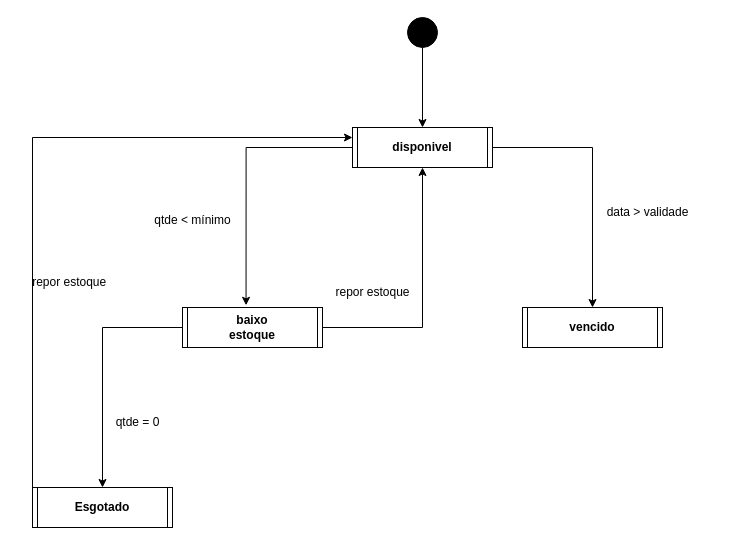
kaguigale/UML-Classroom-FCI keeps this draw.io diagram as Diagrama sem nome.drawio. Above is the earlier version. Source tidied: cells renumbered, new cells numbered last; positions are measured from the earlier drawing's top-left corner, leaving out a move shared by most shapes. Both pictures are drawn from the tidied source at 100%, with x=0, y=0 at pixel (17, 17).
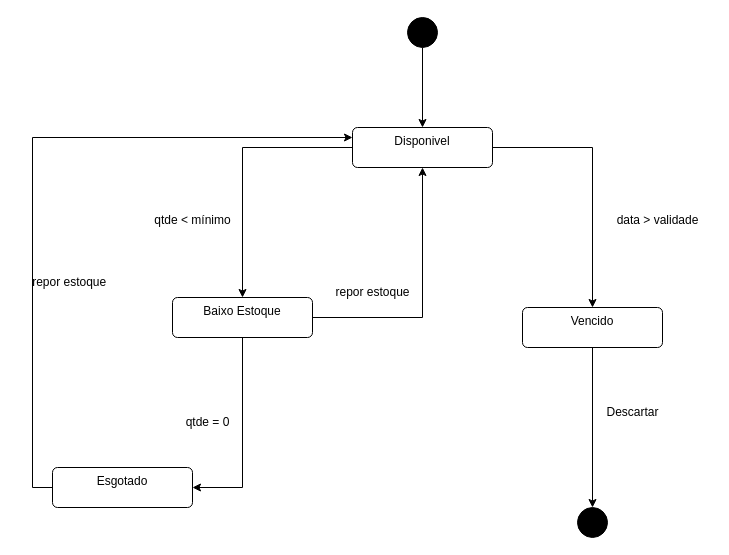
Above is the later version.

Commit message:
Diagrama de estado

The change refers to these unchanged cells:
```xml
<mxCell id="3" style="ellipse;fillColor=strokeColor;html=1;" parent="1" vertex="1">
  <mxGeometry x="390" width="30" height="30" as="geometry" />
</mxCell>
```

What changed in the source:
```diff
@@
-    <mxCell id="2" style="edgeStyle=orthogonalEdgeStyle;rounded=0;jettySize=auto;html=1;entryX=0.5;entryY=0;entryDx=0;entryDy=0;" parent="1" edge="1" source="3" target="5">
+    <mxCell id="2" style="edgeStyle=orthogonalEdgeStyle;rounded=0;jettySize=auto;html=1;entryX=0.5;entryY=0;entryDx=0;entryDy=0;" parent="1" edge="1" source="3" target="20">
       <mxGeometry relative="1" as="geometry" />
     </mxCell>
@@
-    <mxCell id="4" style="edgeStyle=orthogonalEdgeStyle;rounded=0;jettySize=auto;html=1;exitX=1;exitY=0.5;exitDx=0;exitDy=0;entryX=0.5;entryY=0;entryDx=0;entryDy=0;" parent="1" edge="1" source="5" target="9">
-      <mxGeometry relative="1" as="geometry" />
-    </mxCell>
-    <mxCell id="5" value="disponivel" style="shape=process2;fixedSize=1;size=5;fontStyle=1;html=1;whiteSpace=wrap;" parent="1" vertex="1">
-      <mxGeometry x="335" y="110" width="140" height="40" as="geometry" />
-    </mxCell>
-    <mxCell id="6" style="edgeStyle=orthogonalEdgeStyle;rounded=0;jettySize=auto;html=1;entryX=0.5;entryY=0;entryDx=0;entryDy=0;" parent="1" edge="1" source="7" target="13">
-      <mxGeometry relative="1" as="geometry" />
-    </mxCell>
-    <mxCell id="7" value="baixo estoque" style="shape=process2;fixedSize=1;size=5;fontStyle=1;html=1;whiteSpace=wrap;" parent="1" vertex="1">
-      <mxGeometry x="165" y="290" width="140" height="40" as="geometry" />
-    </mxCell>
-    <mxCell id="8" style="edgeStyle=orthogonalEdgeStyle;rounded=0;jettySize=auto;html=1;entryX=0.454;entryY=-0.055;entryDx=0;entryDy=0;entryPerimeter=0;" parent="1" edge="1" source="5" target="7">
-      <mxGeometry relative="1" as="geometry" />
-    </mxCell>
-    <mxCell id="9" value="vencido" style="shape=process2;fixedSize=1;size=5;fontStyle=1;html=1;whiteSpace=wrap;" parent="1" vertex="1">
-      <mxGeometry x="505" y="290" width="140" height="40" as="geometry" />
-    </mxCell>
@@
-    <mxCell id="11" value="data &amp;gt; validade" style="text;html=1;align=center;verticalAlign=middle;strokeColor=none;fillColor=none;" parent="1" vertex="1">
-      <mxGeometry x="575" y="180" width="110" height="30" as="geometry" />
-    </mxCell>
-    <mxCell id="12" style="edgeStyle=orthogonalEdgeStyle;rounded=0;jettySize=auto;html=1;exitX=0;exitY=0.5;exitDx=0;exitDy=0;entryX=0;entryY=0.25;entryDx=0;entryDy=0;" parent="1" edge="1" source="13" target="5">
+    <mxCell id="12" style="edgeStyle=orthogonalEdgeStyle;rounded=0;jettySize=auto;html=1;exitX=0;exitY=0.5;exitDx=0;exitDy=0;entryX=0;entryY=0.25;entryDx=0;entryDy=0;" parent="1" edge="1" source="13">
       <mxGeometry relative="1" as="geometry">
+        <mxPoint x="335" y="120" as="targetPoint" />
         <Array as="points">
+          <mxPoint x="15" y="470" />
           <mxPoint x="15" y="120" />
         </Array>
       </mxGeometry>
     </mxCell>
-    <mxCell id="13" value="Esgotado" style="shape=process2;fixedSize=1;size=5;fontStyle=1;html=1;whiteSpace=wrap;" parent="1" vertex="1">
-      <mxGeometry x="15" y="470" width="140" height="40" as="geometry" />
-    </mxCell>
     <mxCell id="14" value="qtde = 0" style="text;html=1;align=center;verticalAlign=middle;strokeColor=none;fillColor=none;" parent="1" vertex="1">
-      <mxGeometry x="85" y="390" width="70" height="30" as="geometry" />
+      <mxGeometry x="155" y="390" width="70" height="30" as="geometry" />
     </mxCell>
@@
-    <mxCell id="16" style="edgeStyle=orthogonalEdgeStyle;rounded=0;jettySize=auto;html=1;entryX=0.5;entryY=1;entryDx=0;entryDy=0;" parent="1" edge="1" source="7" target="5">
-      <mxGeometry relative="1" as="geometry" />
-    </mxCell>
@@
+    <mxCell id="18" style="edgeStyle=orthogonalEdgeStyle;rounded=0;jettySize=auto;html=1;exitX=1;exitY=0.5;exitDx=0;exitDy=0;entryX=0.5;entryY=0;entryDx=0;entryDy=0;" parent="1" edge="1" source="20" target="22">
+      <mxGeometry relative="1" as="geometry" />
+    </mxCell>
+    <mxCell id="19" style="edgeStyle=orthogonalEdgeStyle;rounded=0;jettySize=auto;html=1;exitX=0;exitY=0.5;exitDx=0;exitDy=0;entryX=0.5;entryY=0;entryDx=0;entryDy=0;" parent="1" edge="1" source="20" target="25">
+      <mxGeometry relative="1" as="geometry" />
+    </mxCell>
+    <mxCell id="20" value="Disponivel" style="html=1;align=center;verticalAlign=top;rounded=1;absoluteArcSize=1;arcSize=10;dashed=0;whiteSpace=wrap;" parent="1" vertex="1">
+      <mxGeometry x="335" y="110" width="140" height="40" as="geometry" />
+    </mxCell>
+    <mxCell id="21" style="edgeStyle=orthogonalEdgeStyle;rounded=0;jettySize=auto;html=1;exitX=0.5;exitY=1;exitDx=0;exitDy=0;entryX=0.5;entryY=0;entryDx=0;entryDy=0;" parent="1" edge="1" source="22" target="26">
+      <mxGeometry relative="1" as="geometry" />
+    </mxCell>
+    <mxCell id="22" value="Vencido" style="html=1;align=center;verticalAlign=top;rounded=1;absoluteArcSize=1;arcSize=10;dashed=0;whiteSpace=wrap;" parent="1" vertex="1">
+      <mxGeometry x="505" y="290" width="140" height="40" as="geometry" />
+    </mxCell>
+    <mxCell id="23" style="edgeStyle=orthogonalEdgeStyle;rounded=0;jettySize=auto;html=1;exitX=1;exitY=0.5;exitDx=0;exitDy=0;entryX=0.5;entryY=1;entryDx=0;entryDy=0;" parent="1" edge="1" source="25" target="20">
+      <mxGeometry relative="1" as="geometry" />
+    </mxCell>
+    <mxCell id="24" style="edgeStyle=orthogonalEdgeStyle;rounded=0;jettySize=auto;html=1;exitX=0.5;exitY=1;exitDx=0;exitDy=0;entryX=1;entryY=0.5;entryDx=0;entryDy=0;" parent="1" edge="1" source="25" target="13">
+      <mxGeometry relative="1" as="geometry" />
+    </mxCell>
+    <mxCell id="25" value="Baixo Estoque" style="html=1;align=center;verticalAlign=top;rounded=1;absoluteArcSize=1;arcSize=10;dashed=0;whiteSpace=wrap;" parent="1" vertex="1">
+      <mxGeometry x="155" y="280" width="140" height="40" as="geometry" />
+    </mxCell>
+    <mxCell id="13" value="Esgotado" style="html=1;align=center;verticalAlign=top;rounded=1;absoluteArcSize=1;arcSize=10;dashed=0;whiteSpace=wrap;" parent="1" vertex="1">
+      <mxGeometry x="35" y="450" width="140" height="40" as="geometry" />
+    </mxCell>
+    <mxCell id="11" value="data &amp;gt; validade" style="text;html=1;align=center;verticalAlign=middle;strokeColor=none;fillColor=none;" parent="1" vertex="1">
+      <mxGeometry x="585" y="188" width="110" height="30" as="geometry" />
+    </mxCell>
+    <mxCell id="26" style="ellipse;fillColor=strokeColor;html=1;" parent="1" vertex="1">
+      <mxGeometry x="560" y="490" width="30" height="30" as="geometry" />
+    </mxCell>
+    <mxCell id="27" value="Descartar" style="text;html=1;align=center;verticalAlign=middle;strokeColor=none;fillColor=none;" parent="1" vertex="1">
+      <mxGeometry x="575" y="380" width="80" height="30" as="geometry" />
+    </mxCell>
```
